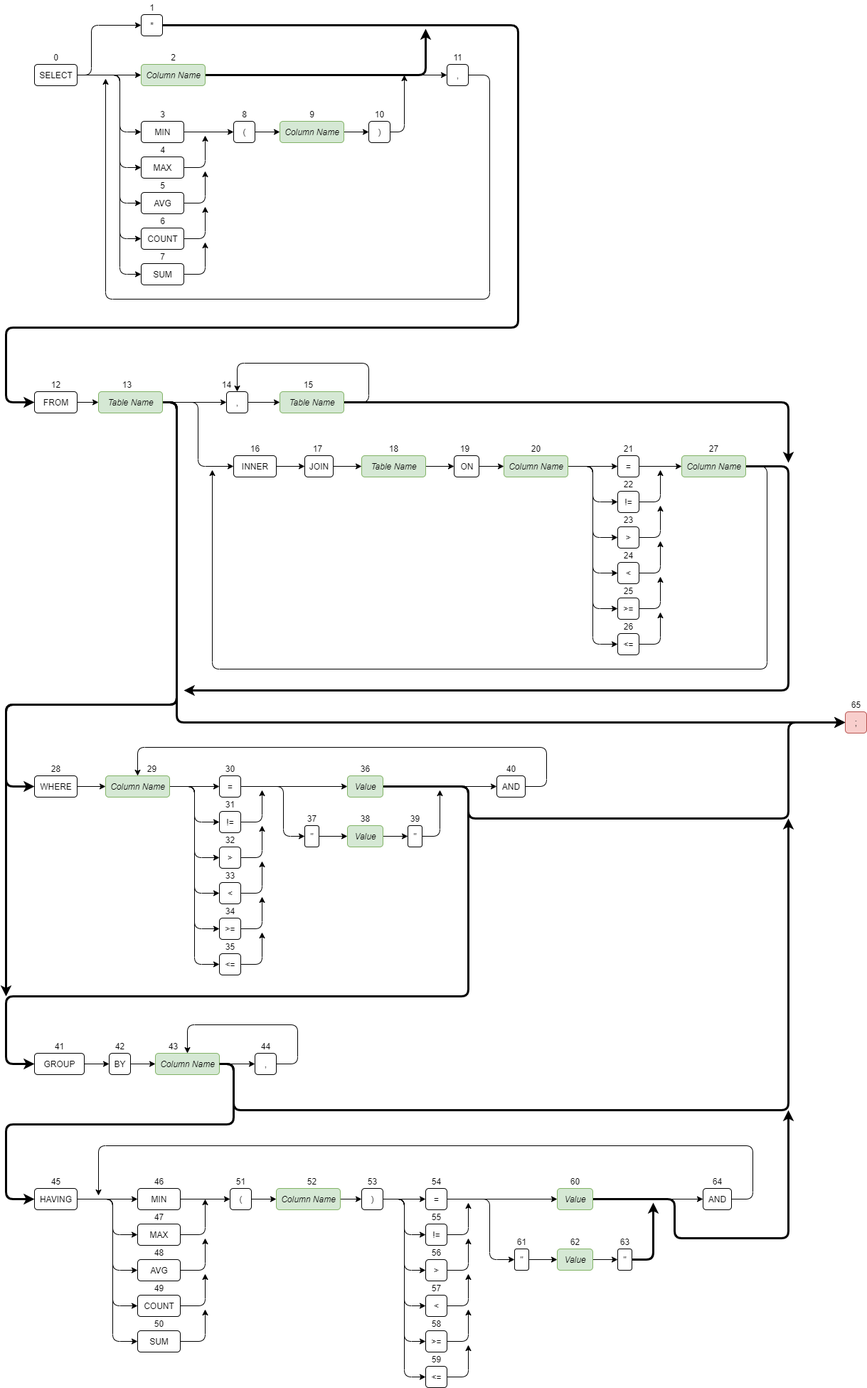
Before: src/files/assets/helpscreen/QueryDiagram.png, a diagram exported from draw.io (DeliciousWaffle/MastersProject). Source tidied: cells renumbered, new cells last; positions are measured from the earlier drawing's top-left corner, leaving out a move shared by most shapes.
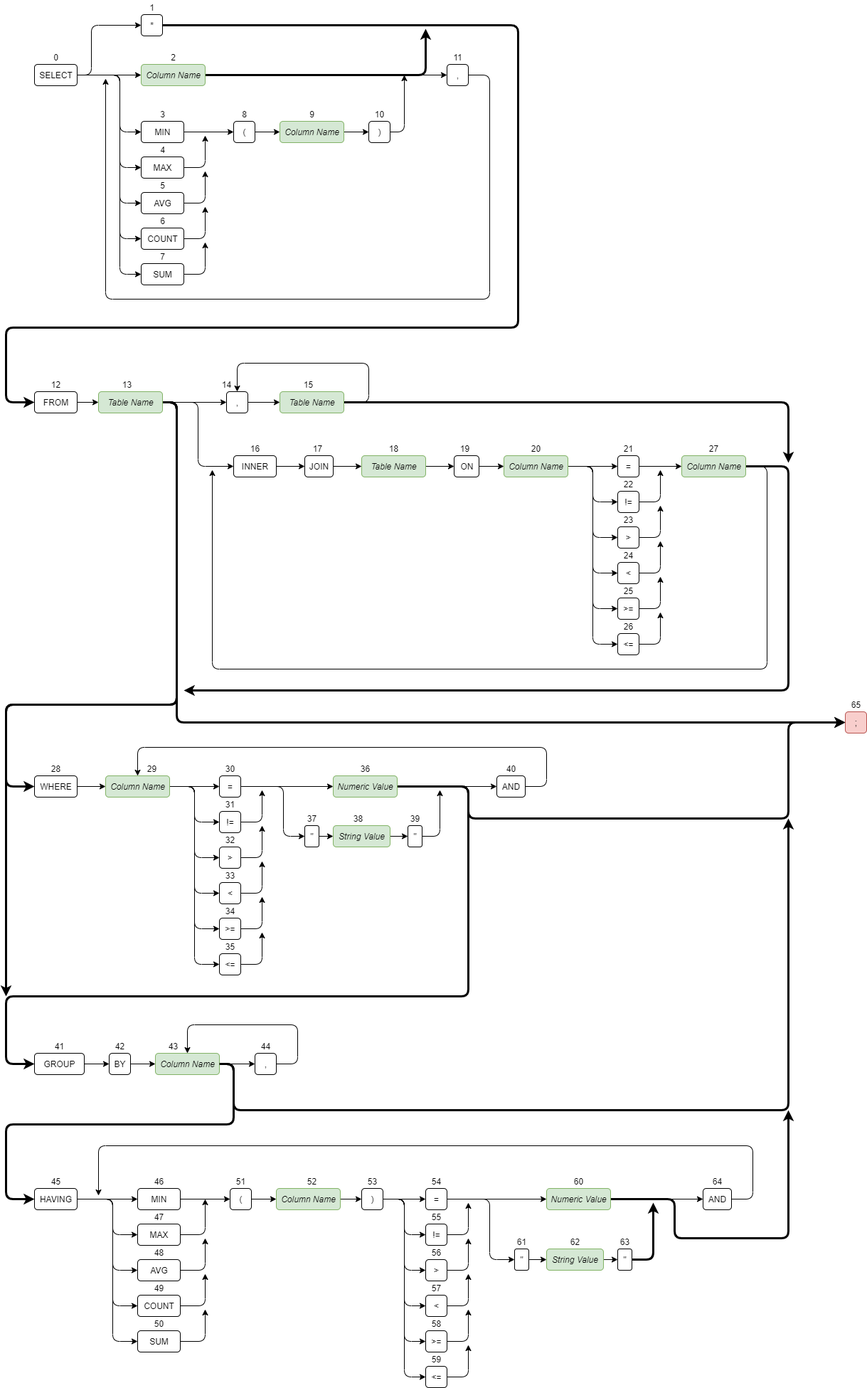
The same diagram one commit later.

The edit, as a diff of the source:
```diff
@@ -448,8 +448,8 @@
         </Array>
       </mxGeometry>
     </mxCell>
-    <mxCell id="104" value="&lt;i&gt;Value&lt;/i&gt;" style="html=1;fillColor=#d5e8d4;strokeColor=#82b366;rounded=1;" parent="1" vertex="1">
-      <mxGeometry x="480" y="1090" width="50" height="30" as="geometry" />
+    <mxCell id="104" value="&lt;i&gt;Numeric Value&lt;/i&gt;" style="html=1;fillColor=#d5e8d4;strokeColor=#82b366;rounded=1;" parent="1" vertex="1">
+      <mxGeometry x="460" y="1090" width="90" height="30" as="geometry" />
     </mxCell>
     <mxCell id="105" style="edgeStyle=orthogonalEdgeStyle;jettySize=auto;html=1;exitX=1;exitY=0.5;exitDx=0;exitDy=0;entryX=0.5;entryY=0;entryDx=0;entryDy=0;" parent="1" edge="1" source="106" target="97">
       <mxGeometry relative="1" as="geometry">
@@ -531,8 +531,8 @@
         </Array>
       </mxGeometry>
     </mxCell>
-    <mxCell id="122" value="&lt;i&gt;Value&lt;/i&gt;" style="html=1;fillColor=#d5e8d4;strokeColor=#82b366;rounded=1;" parent="1" vertex="1">
-      <mxGeometry x="775" y="1670" width="50" height="30" as="geometry" />
+    <mxCell id="122" value="&lt;i&gt;Numeric Value&lt;/i&gt;" style="html=1;fillColor=#d5e8d4;strokeColor=#82b366;rounded=1;" parent="1" vertex="1">
+      <mxGeometry x="760" y="1670" width="90" height="30" as="geometry" />
     </mxCell>
     <mxCell id="123" style="edgeStyle=orthogonalEdgeStyle;jettySize=auto;html=1;exitX=1;exitY=0.5;exitDx=0;exitDy=0;" parent="1" edge="1" source="124">
       <mxGeometry relative="1" as="geometry">
@@ -754,8 +754,8 @@
     <mxCell id="189" style="edgeStyle=orthogonalEdgeStyle;jettySize=auto;html=1;exitX=1;exitY=0.5;exitDx=0;exitDy=0;entryX=0;entryY=0.5;entryDx=0;entryDy=0;" parent="1" edge="1" source="190" target="187">
       <mxGeometry relative="1" as="geometry" />
     </mxCell>
-    <mxCell id="190" value="&lt;i&gt;Value&lt;/i&gt;" style="html=1;fillColor=#d5e8d4;strokeColor=#82b366;rounded=1;" parent="1" vertex="1">
-      <mxGeometry x="775" y="1755" width="50" height="30" as="geometry" />
+    <mxCell id="190" value="&lt;i&gt;String Value&lt;/i&gt;" style="html=1;fillColor=#d5e8d4;strokeColor=#82b366;rounded=1;" parent="1" vertex="1">
+      <mxGeometry x="760" y="1755" width="80" height="30" as="geometry" />
     </mxCell>
     <mxCell id="191" value="62" style="text;html=1;align=center;verticalAlign=middle;rounded=1;" parent="1" vertex="1">
       <mxGeometry x="785" y="1735" width="30" height="20" as="geometry" />
@@ -783,11 +783,11 @@
     <mxCell id="198" style="edgeStyle=orthogonalEdgeStyle;jettySize=auto;html=1;exitX=1;exitY=0.5;exitDx=0;exitDy=0;entryX=0;entryY=0.5;entryDx=0;entryDy=0;" parent="1" edge="1" source="199" target="196">
       <mxGeometry relative="1" as="geometry" />
     </mxCell>
-    <mxCell id="199" value="&lt;i&gt;Value&lt;/i&gt;" style="html=1;fillColor=#d5e8d4;strokeColor=#82b366;rounded=1;" parent="1" vertex="1">
-      <mxGeometry x="480" y="1160" width="50" height="30" as="geometry" />
+    <mxCell id="199" value="&lt;i&gt;String Value&lt;/i&gt;" style="html=1;fillColor=#d5e8d4;strokeColor=#82b366;rounded=1;" parent="1" vertex="1">
+      <mxGeometry x="460" y="1160" width="80" height="30" as="geometry" />
     </mxCell>
     <mxCell id="200" value="38" style="text;html=1;align=center;verticalAlign=middle;rounded=1;" parent="1" vertex="1">
-      <mxGeometry x="490" y="1140" width="30" height="20" as="geometry" />
+      <mxGeometry x="480" y="1140" width="30" height="20" as="geometry" />
     </mxCell>
     <mxCell id="201" style="edgeStyle=orthogonalEdgeStyle;jettySize=auto;html=1;exitX=1;exitY=0.5;exitDx=0;exitDy=0;entryX=0;entryY=0.5;entryDx=0;entryDy=0;strokeWidth=3;" parent="1" edge="1" source="22" target="11">
       <mxGeometry relative="1" as="geometry">
@@ -934,7 +934,7 @@
       <mxGeometry x="350" y="1460" width="30" height="20" as="geometry" />
     </mxCell>
     <mxCell id="236" value="60" style="text;html=1;align=center;verticalAlign=middle;rounded=1;" parent="1" vertex="1">
-      <mxGeometry x="785" y="1650" width="30" height="20" as="geometry" />
+      <mxGeometry x="790" y="1650" width="30" height="20" as="geometry" />
     </mxCell>
     <mxCell id="237" value="64" style="text;html=1;align=center;verticalAlign=middle;rounded=1;" parent="1" vertex="1">
       <mxGeometry x="985" y="1650" width="30" height="20" as="geometry" />
```
